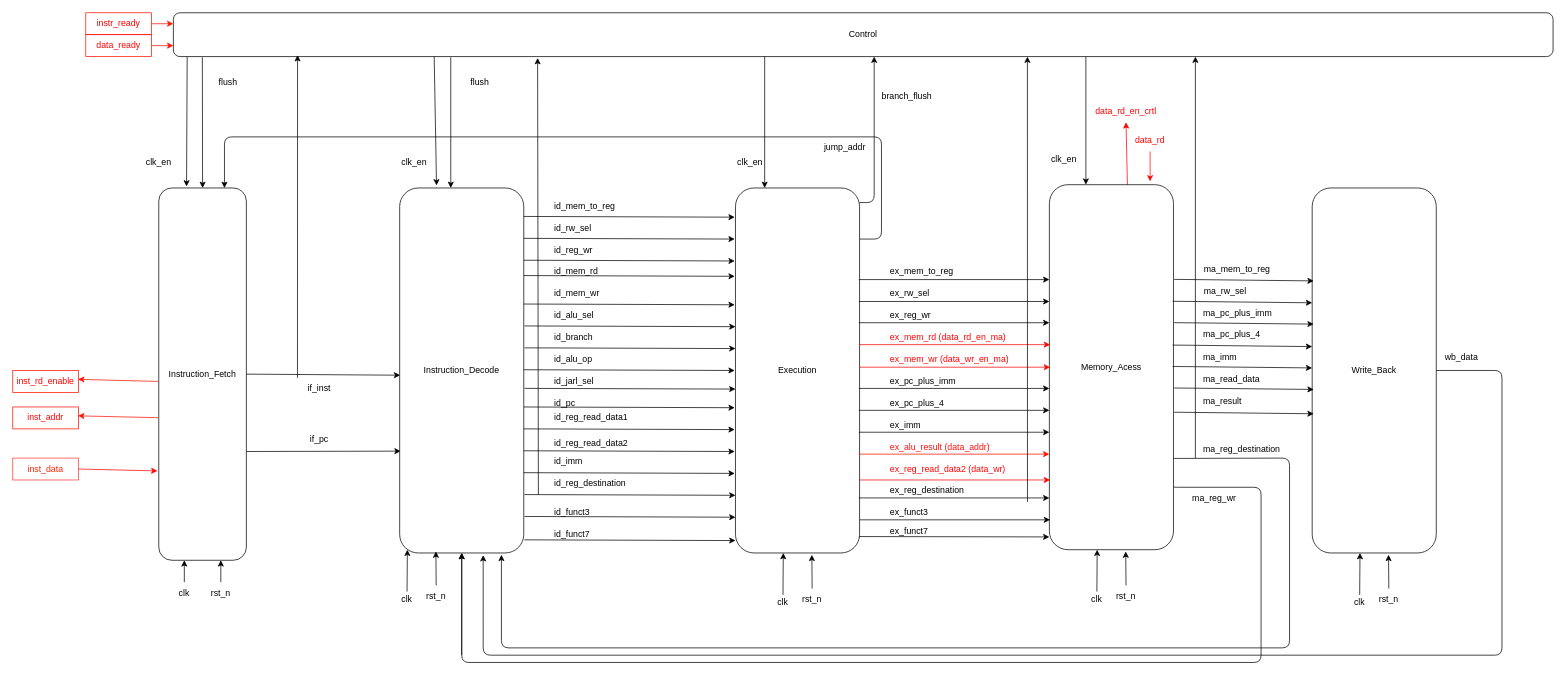
The draw.io diagram doc/figs/architecture_inner.drawio in S4nt1ag0/RISCV-RV32I, before the edit. Source tidied: cells renumbered, new cells numbered last; positions are measured from the earlier drawing's top-left corner, leaving out a move shared by most shapes. Both pictures are drawn from the tidied source at 73%, with x=0, y=0 at pixel (12, 12).
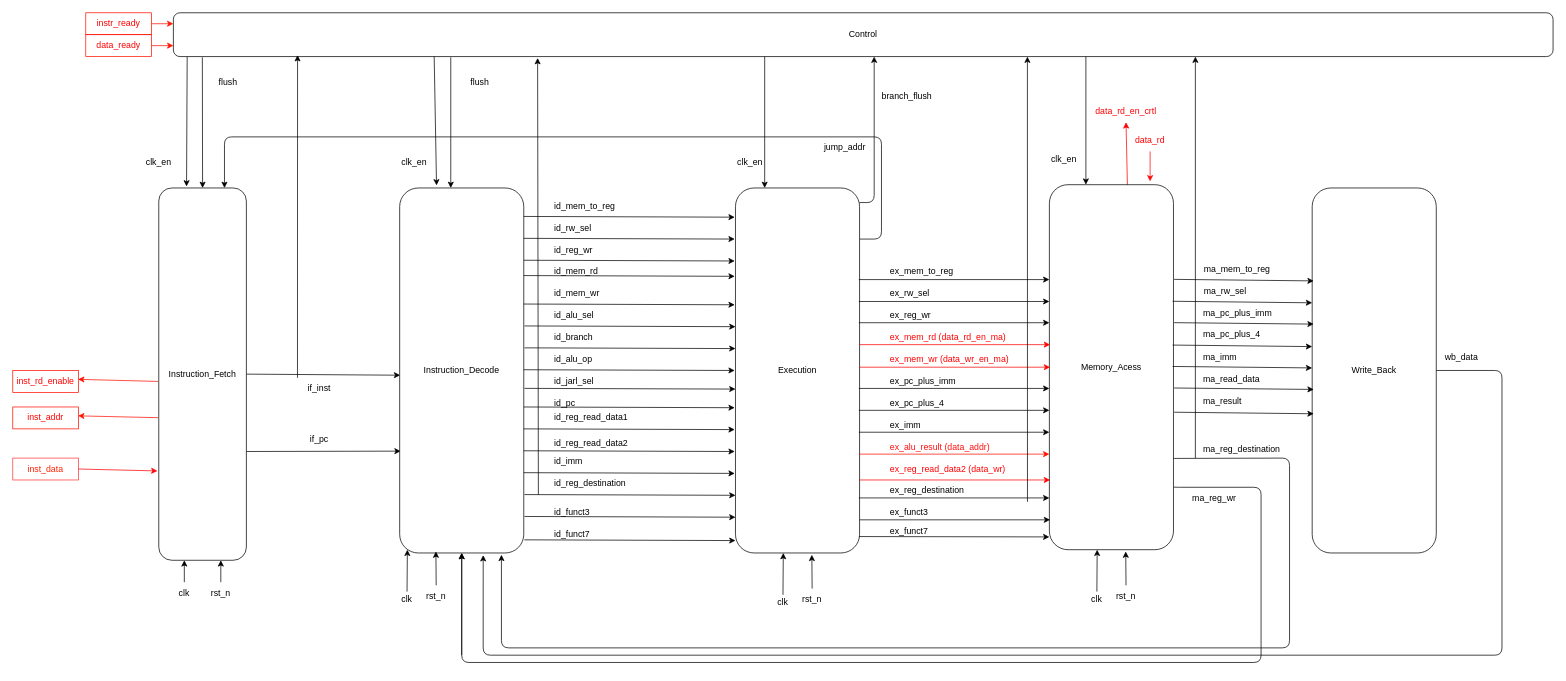
The same diagram, later.

Commit message:
remove clk and clk_en from wb stage

Change to the diagram source:
```diff
@@
-    <mxCell id="114" value="clk" style="text;strokeColor=none;align=center;fillColor=none;html=1;verticalAlign=middle;whiteSpace=wrap;rounded=0;" parent="1" vertex="1">
-      <mxGeometry x="1815" y="797.4" width="60" height="21.4" as="geometry" />
-    </mxCell>
-    <mxCell id="115" value="rst_n" style="text;strokeColor=none;align=center;fillColor=none;html=1;verticalAlign=middle;whiteSpace=wrap;rounded=0;" parent="1" vertex="1">
-      <mxGeometry x="1855" y="788.8" width="60" height="30" as="geometry" />
-    </mxCell>
-    <mxCell id="116" style="edgeStyle=none;html=1;exitX=0.5;exitY=0;exitDx=0;exitDy=0;entryX=0.292;entryY=0.996;entryDx=0;entryDy=0;entryPerimeter=0;" parent="1" edge="1" source="115">
-      <mxGeometry relative="1" as="geometry">
-        <mxPoint x="1884.6" y="742.5" as="targetPoint" />
-      </mxGeometry>
-    </mxCell>
@@
-    <mxCell id="118" style="edgeStyle=none;html=1;entryX=0.062;entryY=0.991;entryDx=0;entryDy=0;entryPerimeter=0;" parent="1" edge="1" source="114">
-      <mxGeometry relative="1" as="geometry">
-        <mxPoint x="1845.5" y="740" as="targetPoint" />
-      </mxGeometry>
-    </mxCell>
```
